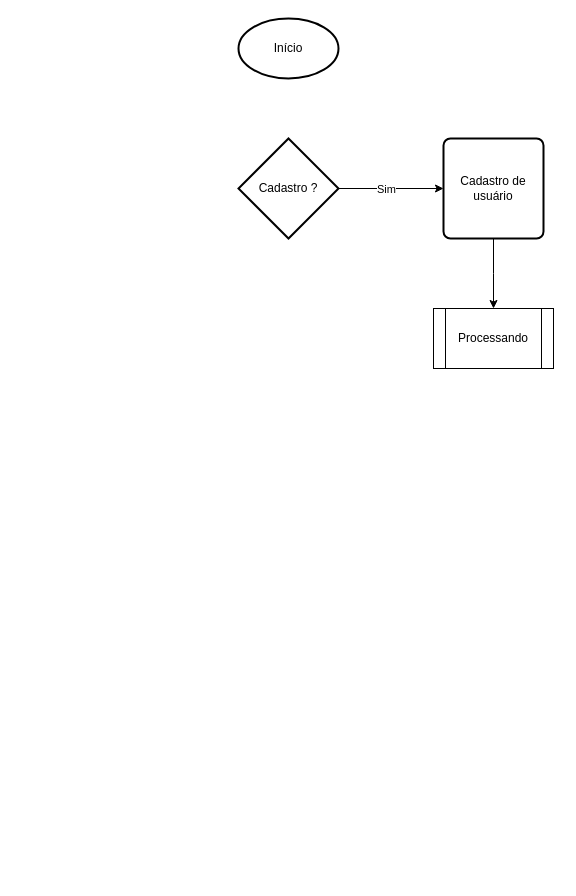
Above: fluxogramas/fluxograma_rebuild_plants.drawio in caioliveira277/drawio-fluxogramas (draw.io), before the change. Source tidied: cells renumbered, new cells numbered last; positions are measured from the earlier drawing's top-left corner, leaving out a move shared by most shapes. Both pictures are drawn from the tidied source at 100%, with x=0, y=0 at pixel (238, 18).
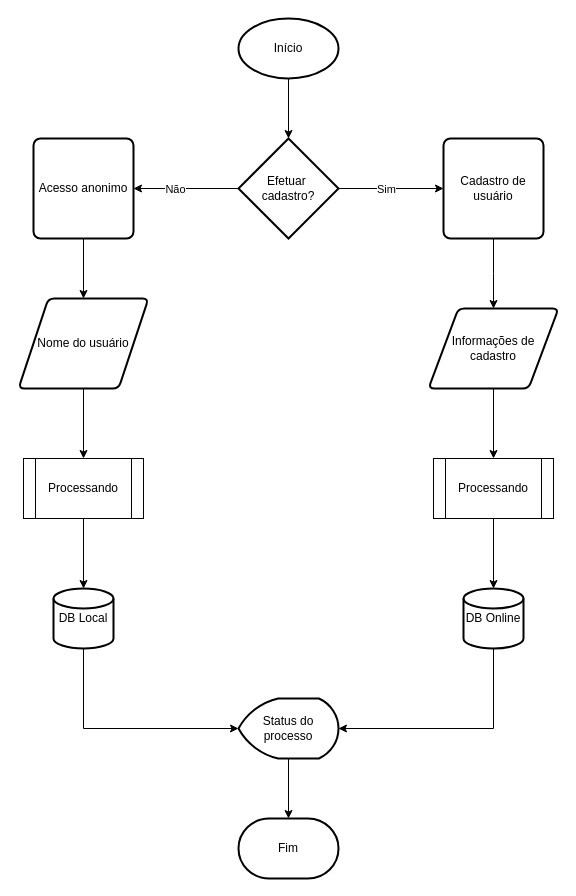
The same page after the edit.

Unchanged cells that the change refers to:
```xml
<mxCell id="4" value="Início" style="strokeWidth=2;html=1;shape=mxgraph.flowchart.start_1;whiteSpace=wrap;" parent="1" vertex="1">
  <mxGeometry width="100" height="60" as="geometry" />
</mxCell>
```

What changed in the source:
```diff
@@
+    <mxCell id="9" style="edgeStyle=orthogonalEdgeStyle;rounded=0;jettySize=auto;html=1;" parent="1" edge="1" source="4" target="8">
+      <mxGeometry relative="1" as="geometry" />
+    </mxCell>
@@
-    <mxCell id="5" value="Processando" style="shape=process;whiteSpace=wrap;html=1;backgroundOutline=1;" parent="1" vertex="1">
-      <mxGeometry x="195" y="290" width="120" height="60" as="geometry" />
-    </mxCell>
@@
+    <mxCell id="10" style="edgeStyle=orthogonalEdgeStyle;rounded=0;jettySize=auto;html=1;entryX=1;entryY=0.5;entryDx=0;entryDy=0;" parent="1" edge="1" source="8" target="13">
+      <mxGeometry relative="1" as="geometry" />
+    </mxCell>
+    <mxCell id="11" value="Não" style="edgeLabel;html=1;align=center;verticalAlign=middle;" parent="10" vertex="1">
+      <mxGeometry x="0.21" relative="1" as="geometry" />
+    </mxCell>
-    <mxCell id="8" value="Cadastro ?" style="strokeWidth=2;html=1;shape=mxgraph.flowchart.decision;whiteSpace=wrap;" parent="1" vertex="1">
+    <mxCell id="8" value="Efetuar&amp;nbsp; cadastro?" style="strokeWidth=2;html=1;shape=mxgraph.flowchart.decision;whiteSpace=wrap;" parent="1" vertex="1">
       <mxGeometry y="120" width="100" height="100" as="geometry" />
     </mxCell>
+    <mxCell id="12" style="edgeStyle=orthogonalEdgeStyle;rounded=0;jettySize=auto;html=1;entryX=0.5;entryY=0;entryDx=0;entryDy=0;" parent="1" edge="1" source="13" target="23">
+      <mxGeometry relative="1" as="geometry" />
+    </mxCell>
+    <mxCell id="13" value="Acesso anonimo" style="rounded=1;whiteSpace=wrap;html=1;absoluteArcSize=1;arcSize=14;strokeWidth=2;" parent="1" vertex="1">
+      <mxGeometry x="-205" y="120" width="100" height="100" as="geometry" />
+    </mxCell>
+    <mxCell id="14" style="edgeStyle=orthogonalEdgeStyle;rounded=0;jettySize=auto;html=1;entryX=0.5;entryY=0;entryDx=0;entryDy=0;" parent="1" edge="1" source="15" target="17">
+      <mxGeometry relative="1" as="geometry" />
+    </mxCell>
+    <mxCell id="15" value="Informações de cadastro" style="shape=parallelogram;html=1;strokeWidth=2;perimeter=parallelogramPerimeter;whiteSpace=wrap;rounded=1;arcSize=12;size=0.23;" parent="1" vertex="1">
+      <mxGeometry x="190" y="290" width="130" height="80" as="geometry" />
+    </mxCell>
+    <mxCell id="16" style="edgeStyle=orthogonalEdgeStyle;rounded=0;jettySize=auto;html=1;" parent="1" edge="1" source="17" target="19">
+      <mxGeometry relative="1" as="geometry">
+        <Array as="points">
+          <mxPoint x="255" y="570" />
+          <mxPoint x="255" y="570" />
+        </Array>
+      </mxGeometry>
+    </mxCell>
+    <mxCell id="17" value="Processando" style="shape=process;whiteSpace=wrap;html=1;backgroundOutline=1;" parent="1" vertex="1">
+      <mxGeometry x="195" y="440" width="120" height="60" as="geometry" />
+    </mxCell>
+    <mxCell id="18" style="edgeStyle=orthogonalEdgeStyle;rounded=0;jettySize=auto;html=1;entryX=1;entryY=0.5;entryDx=0;entryDy=0;entryPerimeter=0;" parent="1" edge="1" source="19" target="21">
+      <mxGeometry relative="1" as="geometry">
+        <Array as="points">
+          <mxPoint x="255" y="710" />
+        </Array>
+      </mxGeometry>
+    </mxCell>
+    <mxCell id="19" value="DB Online" style="strokeWidth=2;html=1;shape=mxgraph.flowchart.database;whiteSpace=wrap;" parent="1" vertex="1">
+      <mxGeometry x="225" y="570" width="60" height="60" as="geometry" />
+    </mxCell>
+    <mxCell id="20" style="edgeStyle=orthogonalEdgeStyle;rounded=0;jettySize=auto;html=1;entryX=0.5;entryY=0;entryDx=0;entryDy=0;entryPerimeter=0;" parent="1" edge="1" source="21" target="28">
+      <mxGeometry relative="1" as="geometry" />
+    </mxCell>
+    <mxCell id="21" value="Status do processo" style="strokeWidth=2;html=1;shape=mxgraph.flowchart.display;whiteSpace=wrap;" parent="1" vertex="1">
+      <mxGeometry y="680" width="100" height="60" as="geometry" />
+    </mxCell>
+    <mxCell id="22" style="edgeStyle=orthogonalEdgeStyle;rounded=0;jettySize=auto;html=1;entryX=0.5;entryY=0;entryDx=0;entryDy=0;" parent="1" edge="1" source="23" target="25">
+      <mxGeometry relative="1" as="geometry" />
+    </mxCell>
+    <mxCell id="23" value="Nome do usuário" style="shape=parallelogram;html=1;strokeWidth=2;perimeter=parallelogramPerimeter;whiteSpace=wrap;rounded=1;arcSize=12;size=0.23;" parent="1" vertex="1">
+      <mxGeometry x="-220" y="280" width="130" height="90" as="geometry" />
+    </mxCell>
+    <mxCell id="24" style="edgeStyle=orthogonalEdgeStyle;rounded=0;jettySize=auto;html=1;" parent="1" edge="1" source="25" target="27">
+      <mxGeometry relative="1" as="geometry" />
+    </mxCell>
+    <mxCell id="25" value="Processando" style="shape=process;whiteSpace=wrap;html=1;backgroundOutline=1;" parent="1" vertex="1">
+      <mxGeometry x="-215" y="440" width="120" height="60" as="geometry" />
+    </mxCell>
+    <mxCell id="26" style="edgeStyle=orthogonalEdgeStyle;rounded=0;jettySize=auto;html=1;entryX=0;entryY=0.5;entryDx=0;entryDy=0;entryPerimeter=0;" parent="1" edge="1" source="27" target="21">
+      <mxGeometry relative="1" as="geometry">
+        <Array as="points">
+          <mxPoint x="-155" y="710" />
+        </Array>
+      </mxGeometry>
+    </mxCell>
+    <mxCell id="27" value="DB Local" style="strokeWidth=2;html=1;shape=mxgraph.flowchart.database;whiteSpace=wrap;" parent="1" vertex="1">
+      <mxGeometry x="-185" y="570" width="60" height="60" as="geometry" />
+    </mxCell>
+    <mxCell id="28" value="Fim" style="strokeWidth=2;html=1;shape=mxgraph.flowchart.terminator;whiteSpace=wrap;" parent="1" vertex="1">
+      <mxGeometry y="800" width="100" height="60" as="geometry" />
+    </mxCell>
```
